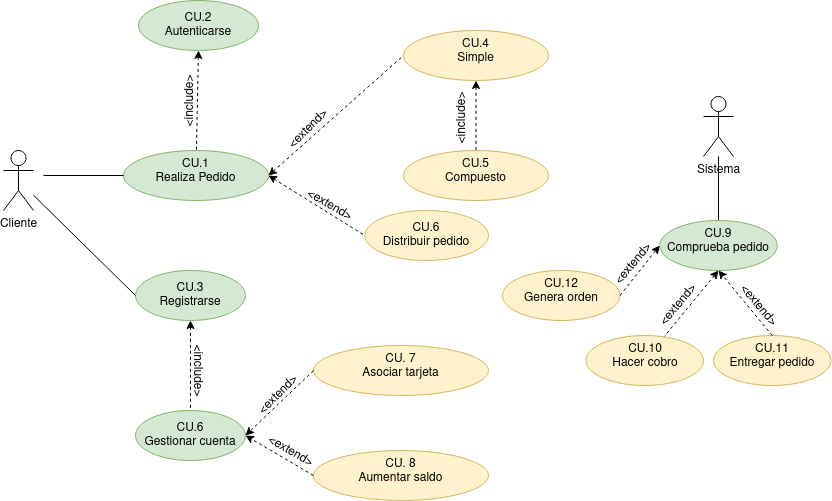
Earlier version of the draw.io export Tareas/casosUso/Tarea5-Tienda Virtual/TiendaVirtual.drawio.png (colidom/ets). Source tidied: cells renumbered, new cells last; positions are measured from the earlier drawing's top-left corner, leaving out a move shared by most shapes.
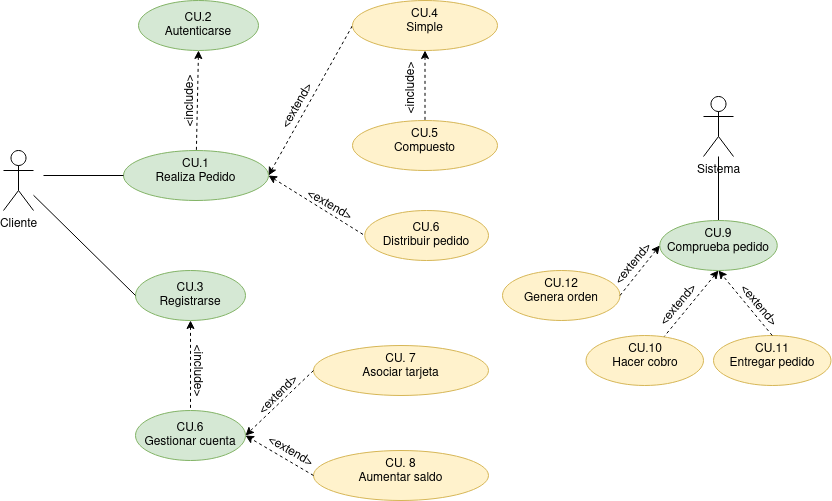
After the change.

Diff of the diagram source:
```diff
@@ -49,16 +49,16 @@
       </mxGeometry>
     </mxCell>
     <mxCell id="16" value="&lt;div&gt;CU.4&lt;/div&gt;&lt;div&gt;Simple&lt;/div&gt;" style="ellipse;whiteSpace=wrap;html=1;verticalAlign=top;fillColor=#fff2cc;strokeColor=#d6b656;" parent="1" vertex="1">
-      <mxGeometry x="400" y="30" width="145" height="50" as="geometry" />
+      <mxGeometry x="349" width="145" height="50" as="geometry" />
     </mxCell>
     <mxCell id="17" value="&lt;div&gt;CU.5&lt;/div&gt;&lt;div&gt;Compuesto&lt;/div&gt;" style="ellipse;whiteSpace=wrap;html=1;verticalAlign=top;fillColor=#fff2cc;strokeColor=#d6b656;" parent="1" vertex="1">
-      <mxGeometry x="400" y="150" width="145" height="50" as="geometry" />
+      <mxGeometry x="349" y="120" width="145" height="50" as="geometry" />
     </mxCell>
     <mxCell id="18" style="rounded=0;jettySize=auto;html=1;exitX=0.5;exitY=1;exitDx=0;exitDy=0;startArrow=classic;startFill=1;endArrow=none;endFill=0;dashed=1;" parent="1" edge="1" source="16" target="17">
       <mxGeometry relative="1" as="geometry" />
     </mxCell>
-    <mxCell id="19" value="&amp;lt;extend&amp;gt;" style="text;html=1;align=center;verticalAlign=middle;strokeColor=none;fillColor=none;rotation=-45;" parent="1" vertex="1">
-      <mxGeometry x="270" y="114" width="70" height="30" as="geometry" />
+    <mxCell id="19" value="&amp;lt;extend&amp;gt;" style="text;html=1;align=center;verticalAlign=middle;strokeColor=none;fillColor=none;rotation=-60;" parent="1" vertex="1">
+      <mxGeometry x="259" y="91" width="70" height="30" as="geometry" />
     </mxCell>
     <mxCell id="20" value="&lt;div&gt;CU.6&lt;/div&gt;&lt;div&gt;Gestionar cuenta&lt;/div&gt;" style="ellipse;whiteSpace=wrap;html=1;fillColor=#d5e8d4;strokeColor=#82b366;" parent="1" vertex="1">
       <mxGeometry x="132" y="410" width="110" height="50" as="geometry" />
@@ -123,7 +123,7 @@
       <mxGeometry relative="1" as="geometry" />
     </mxCell>
     <mxCell id="40" value="&amp;lt;include&amp;gt;" style="text;html=1;align=center;verticalAlign=middle;strokeColor=none;fillColor=none;rotation=-90;" parent="1" vertex="1">
-      <mxGeometry x="419" y="103" width="80" height="30" as="geometry" />
+      <mxGeometry x="368" y="73" width="80" height="30" as="geometry" />
     </mxCell>
   </root>
 </mxGraphModel>
```
